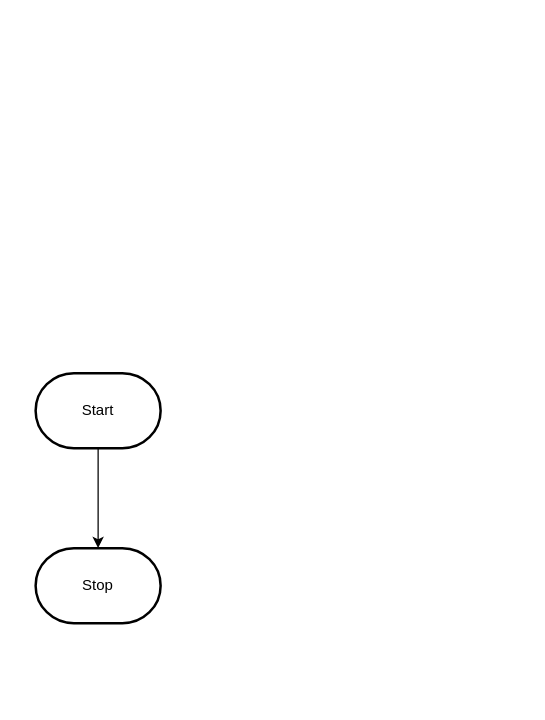
MTHS-ICS2O-2-2022/ICS2O-Unit-5-02-lamees-hemdan keeps this draw.io diagram as design/flowchart.drawio. Above is the earlier version. Source tidied: cells renumbered, new cells numbered last; positions are measured from the earlier drawing's top-left corner, leaving out a move shared by most shapes. Both pictures are drawn from the tidied source at 125%, with x=0, y=0 at pixel (35, 372).
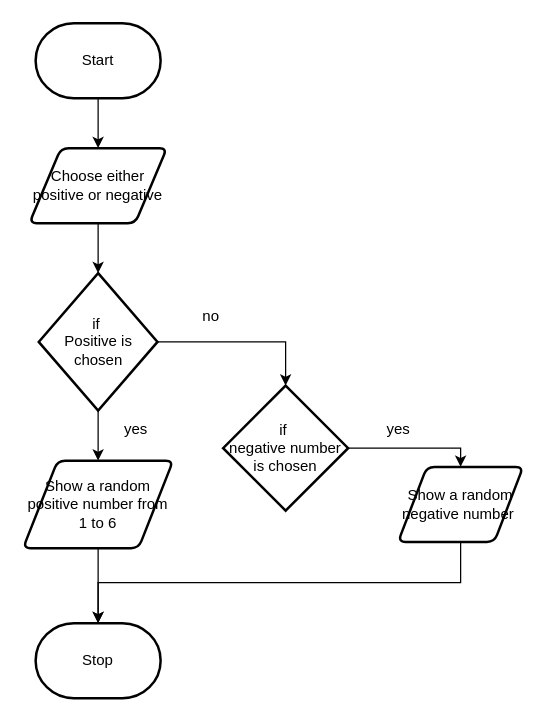
The same diagram, later.

Diff of the diagram source:
```diff
@@
 <mxGraphModel>
   <root>
     <mxCell id="0" />
     <mxCell id="1" parent="0" />
-    <mxCell id="2" style="edgeStyle=orthogonalEdgeStyle;html=1;rounded=0;" parent="1" edge="1" source="3" target="4">
-      <mxGeometry relative="1" as="geometry" />
-    </mxCell>
+    <mxCell id="5" style="edgeStyle=orthogonalEdgeStyle;html=1;exitX=0.5;exitY=1;exitDx=0;exitDy=0;exitPerimeter=0;entryX=0.5;entryY=0;entryDx=0;entryDy=0;rounded=0;" parent="1" edge="1" source="3" target="2">
+      <mxGeometry relative="1" as="geometry" />
+    </mxCell>
     <mxCell id="3" value="Start" style="strokeWidth=2;html=1;shape=mxgraph.flowchart.terminator;whiteSpace=wrap;" parent="1" vertex="1">
-      <mxGeometry width="100" height="60" as="geometry" />
+      <mxGeometry y="-280" width="100" height="60" as="geometry" />
     </mxCell>
     <mxCell id="4" value="Stop" style="strokeWidth=2;html=1;shape=mxgraph.flowchart.terminator;whiteSpace=wrap;" parent="1" vertex="1">
-      <mxGeometry y="140" width="100" height="60" as="geometry" />
+      <mxGeometry y="200" width="100" height="60" as="geometry" />
     </mxCell>
+    <mxCell id="6" style="edgeStyle=orthogonalEdgeStyle;rounded=0;html=1;exitX=0.5;exitY=1;exitDx=0;exitDy=0;entryX=0.5;entryY=0;entryDx=0;entryDy=0;entryPerimeter=0;" parent="1" edge="1" source="2" target="9">
+      <mxGeometry relative="1" as="geometry" />
+    </mxCell>
+    <mxCell id="2" value="Choose either positive or negative" style="shape=parallelogram;html=1;strokeWidth=2;perimeter=parallelogramPerimeter;whiteSpace=wrap;rounded=1;arcSize=12;size=0.23;" parent="1" vertex="1">
+      <mxGeometry x="-5" y="-180" width="110" height="60" as="geometry" />
+    </mxCell>
+    <mxCell id="7" style="edgeStyle=orthogonalEdgeStyle;rounded=0;html=1;exitX=1;exitY=0.5;exitDx=0;exitDy=0;exitPerimeter=0;entryX=0.5;entryY=0;entryDx=0;entryDy=0;entryPerimeter=0;" parent="1" edge="1" source="9" target="13">
+      <mxGeometry relative="1" as="geometry" />
+    </mxCell>
+    <mxCell id="8" style="edgeStyle=orthogonalEdgeStyle;rounded=0;html=1;exitX=0.5;exitY=1;exitDx=0;exitDy=0;exitPerimeter=0;entryX=0.5;entryY=0;entryDx=0;entryDy=0;" parent="1" edge="1" source="9" target="11">
+      <mxGeometry relative="1" as="geometry" />
+    </mxCell>
+    <mxCell id="9" value="if&amp;nbsp;&lt;br&gt;Positive is chosen" style="strokeWidth=2;html=1;shape=mxgraph.flowchart.decision;whiteSpace=wrap;" parent="1" vertex="1">
+      <mxGeometry x="2.5" y="-80" width="95" height="110" as="geometry" />
+    </mxCell>
+    <mxCell id="10" style="edgeStyle=orthogonalEdgeStyle;rounded=0;html=1;exitX=0.5;exitY=1;exitDx=0;exitDy=0;entryX=0.5;entryY=0;entryDx=0;entryDy=0;entryPerimeter=0;" parent="1" edge="1" source="11" target="4">
+      <mxGeometry relative="1" as="geometry" />
+    </mxCell>
+    <mxCell id="11" value="Show a random positive number from 1 to 6" style="shape=parallelogram;html=1;strokeWidth=2;perimeter=parallelogramPerimeter;whiteSpace=wrap;rounded=1;arcSize=12;size=0.23;" parent="1" vertex="1">
+      <mxGeometry x="-10" y="70" width="120" height="70" as="geometry" />
+    </mxCell>
+    <mxCell id="12" style="edgeStyle=orthogonalEdgeStyle;rounded=0;html=1;exitX=1;exitY=0.5;exitDx=0;exitDy=0;exitPerimeter=0;entryX=0.5;entryY=0;entryDx=0;entryDy=0;" parent="1" edge="1" source="13" target="15">
+      <mxGeometry relative="1" as="geometry" />
+    </mxCell>
+    <mxCell id="13" value="if&amp;nbsp;&lt;br&gt;negative number is chosen" style="strokeWidth=2;html=1;shape=mxgraph.flowchart.decision;whiteSpace=wrap;" parent="1" vertex="1">
+      <mxGeometry x="150" y="10" width="100" height="100" as="geometry" />
+    </mxCell>
+    <mxCell id="14" style="edgeStyle=orthogonalEdgeStyle;rounded=0;html=1;exitX=0.5;exitY=1;exitDx=0;exitDy=0;entryX=0.5;entryY=0;entryDx=0;entryDy=0;entryPerimeter=0;" parent="1" edge="1" source="15" target="4">
+      <mxGeometry relative="1" as="geometry" />
+    </mxCell>
+    <mxCell id="15" value="Show a random negative number&amp;nbsp;" style="shape=parallelogram;html=1;strokeWidth=2;perimeter=parallelogramPerimeter;whiteSpace=wrap;rounded=1;arcSize=12;size=0.23;" parent="1" vertex="1">
+      <mxGeometry x="290" y="75" width="100" height="60" as="geometry" />
+    </mxCell>
+    <mxCell id="16" value="no" style="text;html=1;align=center;verticalAlign=middle;strokeColor=none;fillColor=none;" parent="1" vertex="1">
+      <mxGeometry x="120" y="-60" width="40" height="30" as="geometry" />
+    </mxCell>
+    <mxCell id="17" value="yes" style="text;html=1;align=center;verticalAlign=middle;strokeColor=none;fillColor=none;" parent="1" vertex="1">
+      <mxGeometry x="60" y="30" width="40" height="30" as="geometry" />
+    </mxCell>
+    <mxCell id="18" value="yes" style="text;html=1;align=center;verticalAlign=middle;strokeColor=none;fillColor=none;" parent="1" vertex="1">
+      <mxGeometry x="270" y="30" width="40" height="30" as="geometry" />
+    </mxCell>
   </root>
 </mxGraphModel>
```
